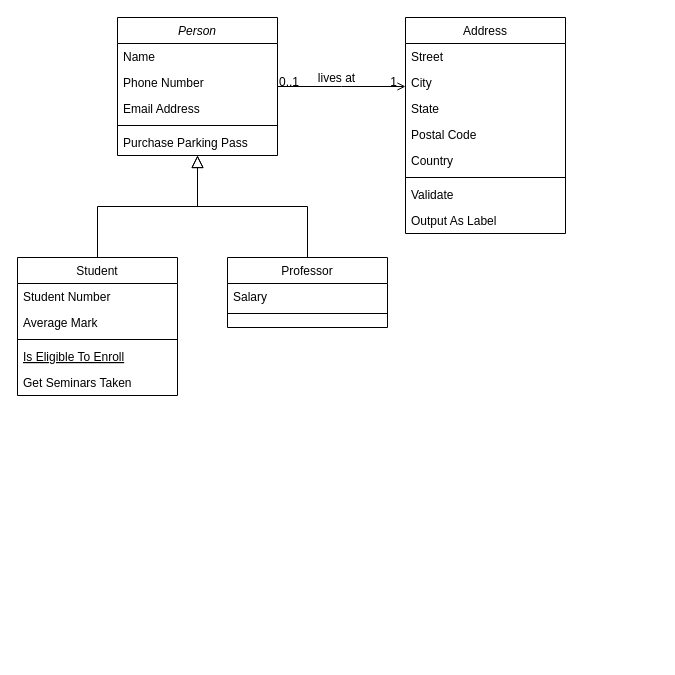
Above: Untitled Diagram.drawio in AtodeKimeru/Pruebas (draw.io), before the change. Source tidied: cells renumbered, new cells numbered last; positions are measured from the earlier drawing's top-left corner, leaving out a move shared by most shapes. Both pictures are drawn from the tidied source at 100%, with x=0, y=0 at pixel (17, 17).
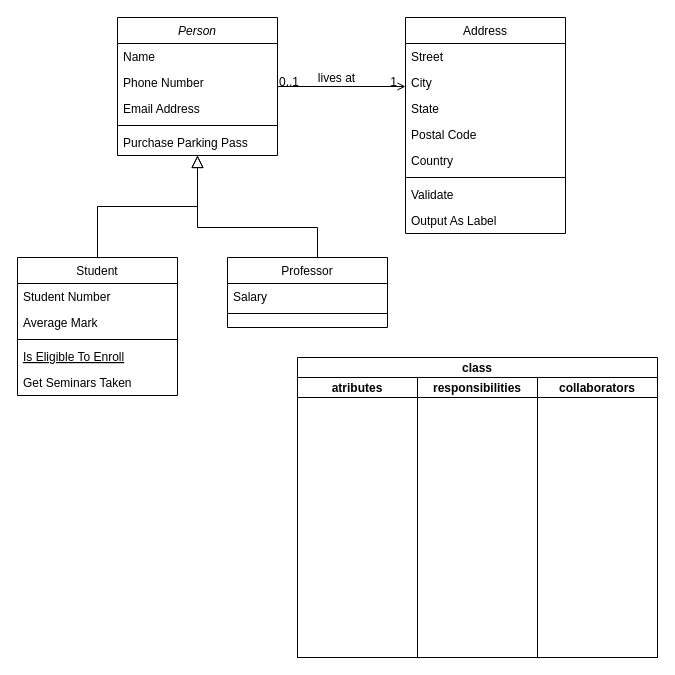
Above is the later version.

The change refers to these unchanged cells:
```xml
<mxCell id="2" value="Person" style="swimlane;fontStyle=2;align=center;verticalAlign=top;horizontal=1;startSize=26;rounded=0;shadow=0;strokeWidth=1;" parent="1" vertex="1">
  <mxGeometry x="100" width="160" height="138" as="geometry" />
</mxCell>
<mxCell id="15" value="Professor" style="swimlane;fontStyle=0;align=center;verticalAlign=top;horizontal=1;startSize=26;rounded=0;shadow=0;strokeWidth=1;" parent="1" vertex="1">
  <mxGeometry x="210" y="240" width="160" height="70" as="geometry" />
</mxCell>
```

What changed in the source:
```diff
@@
     <mxCell id="18" style="endArrow=block;endSize=10;endFill=0;shadow=0;strokeWidth=1;rounded=0;edgeStyle=elbowEdgeStyle;elbow=vertical;" parent="1" edge="1" source="15" target="2">
-      <mxGeometry relative="1" as="geometry" />
+      <mxGeometry relative="1" as="geometry">
+        <Array as="points">
+          <mxPoint x="300" y="210" />
+        </Array>
+      </mxGeometry>
     </mxCell>
@@
+    <mxCell id="32" value="class" style="swimlane;startSize=20;" parent="1" vertex="1">
+      <mxGeometry x="280" y="340" width="360" height="300" as="geometry" />
+    </mxCell>
+    <mxCell id="33" value="atributes" style="swimlane;startSize=20;" parent="32" vertex="1">
+      <mxGeometry y="20" width="120" height="280" as="geometry" />
+    </mxCell>
+    <mxCell id="34" value="responsibilities" style="swimlane;startSize=20;" parent="32" vertex="1">
+      <mxGeometry x="120" y="20" width="120" height="280" as="geometry" />
+    </mxCell>
+    <mxCell id="35" value="collaborators" style="swimlane;startSize=20;" parent="32" vertex="1">
+      <mxGeometry x="240" y="20" width="120" height="280" as="geometry" />
+    </mxCell>
```
